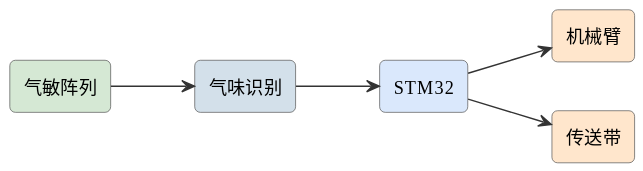
Earlier version of the PlantUML export assets/diagrams/ideas-fig99.svg (mingyi0818/IntelligentMcuCourse).
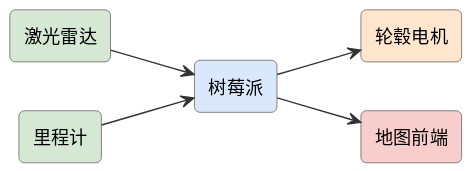
The same file after the commit.

What changed in the source:
```diff
@@ -6,13 +6,13 @@
 skinparam arrowFontSize 11
 skinparam arrowColor #333
 left to right direction
-rectangle "气敏阵列" as nose #d5e8d4
-rectangle "STM32" as stm #dae8fc
-rectangle "机械臂" as arm #ffe6cc
-rectangle "传送带" as conv #ffe6cc
-rectangle "气味识别" as ai #d3e0ea
-nose --> ai
-ai --> stm
-stm --> arm
-stm --> conv
+rectangle "激光雷达" as lidar #d5e8d4
+rectangle "里程计" as odo #d5e8d4
+rectangle "树莓派" as pc #dae8fc
+rectangle "轮毂电机" as motor #ffe6cc
+rectangle "地图前端" as map #f8cecc
+lidar --> pc
+odo --> pc
+pc --> motor
+pc --> map
 @enduml
```
